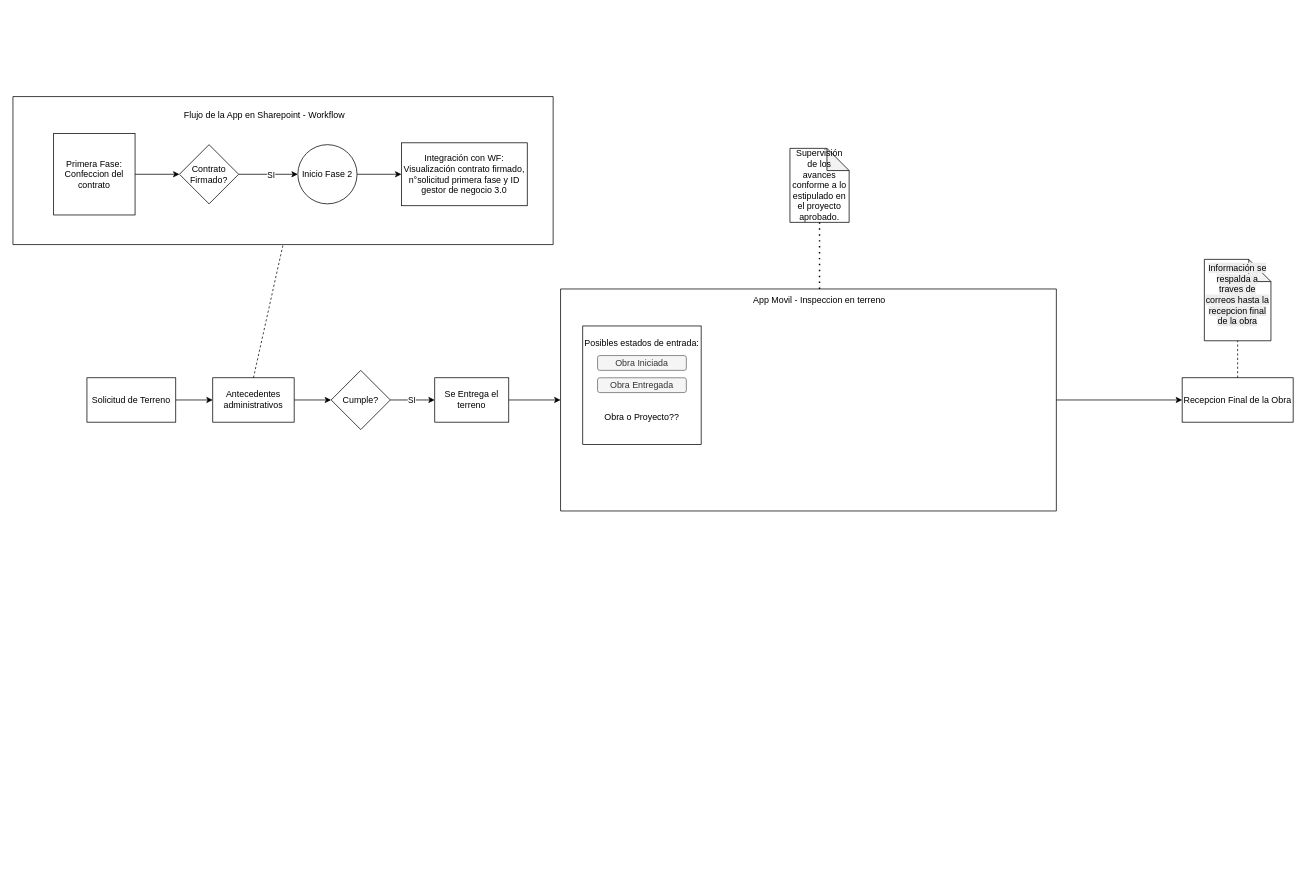
The draw.io diagram DiagramaApp.drawio in royarzunsaire/mi-pwa-frontend, before the edit. Source tidied: cells renumbered, new cells numbered last; positions are measured from the earlier drawing's top-left corner, leaving out a move shared by most shapes. Both pictures are drawn from the tidied source at 74%, with x=0, y=0 at pixel (13, 96).
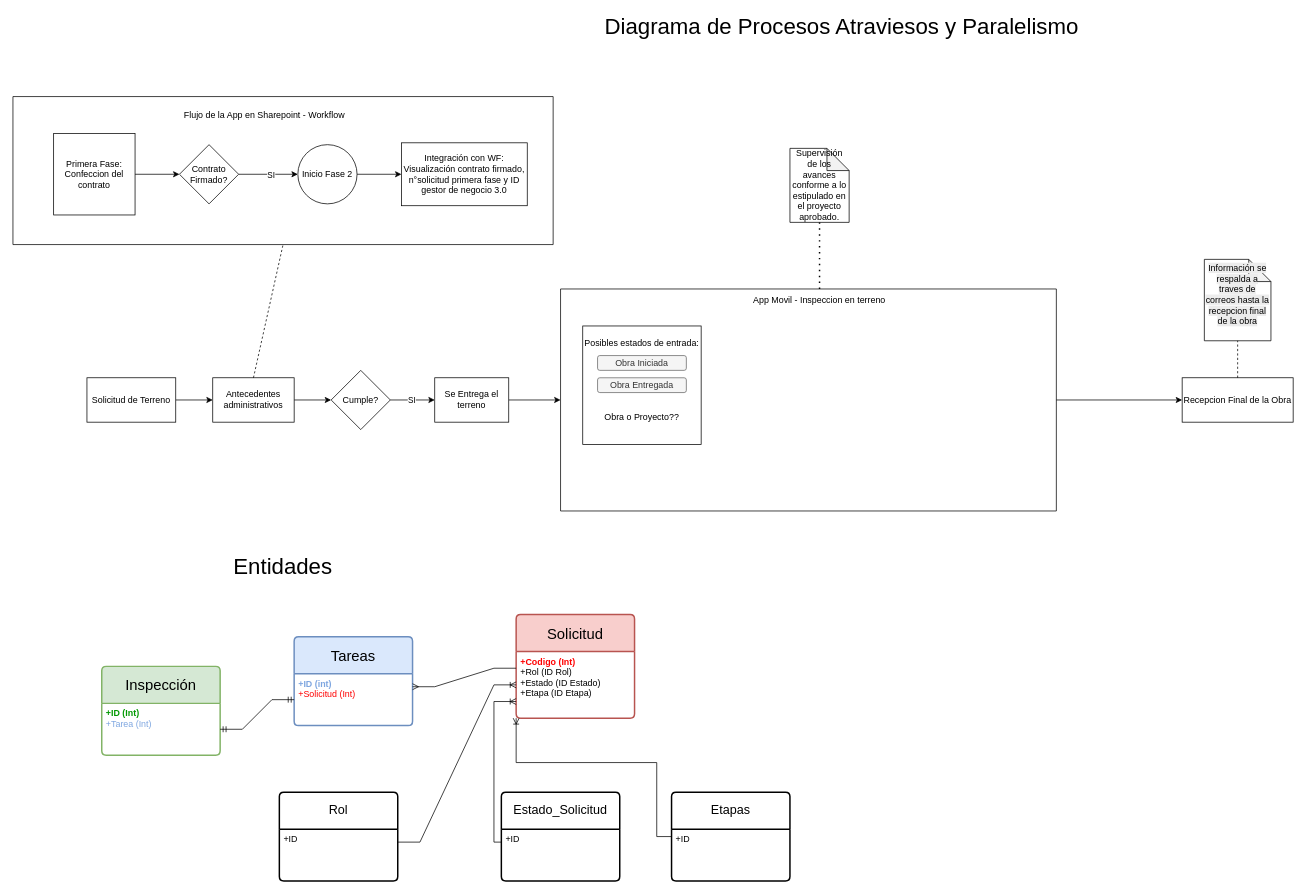
The same diagram, later.

Diff of the diagram source:
```diff
@@
+    <mxCell id="33" value="&lt;font style=&quot;font-size: 30px;&quot;&gt;Diagrama de Procesos Atraviesos y Paralelismo&lt;/font&gt;" style="text;html=1;whiteSpace=wrap;strokeColor=none;fillColor=none;align=center;verticalAlign=middle;rounded=0;" parent="1" vertex="1">
+      <mxGeometry x="760" y="-110" width="720" height="30" as="geometry" />
+    </mxCell>
+    <mxCell id="34" value="&lt;font style=&quot;font-size: 30px;&quot;&gt;Entidades&lt;/font&gt;" style="text;html=1;whiteSpace=wrap;strokeColor=none;fillColor=none;align=center;verticalAlign=middle;rounded=0;" parent="1" vertex="1">
+      <mxGeometry x="335" y="620" width="60" height="30" as="geometry" />
+    </mxCell>
+    <mxCell id="35" value="&lt;font style=&quot;font-size: 17px;&quot;&gt;Rol&lt;/font&gt;" style="swimlane;horizontal=1;startSize=50;rounded=1;fontSize=14;fontStyle=0;strokeWidth=2;shadow=0;dashed=0;align=center;arcSize=4;whiteSpace=wrap;html=1;" parent="1" vertex="1">
+      <mxGeometry x="360" y="940" width="160" height="120" as="geometry" />
+    </mxCell>
+    <mxCell id="36" value="+ID&lt;div&gt;&lt;div&gt;&lt;br&gt;&lt;/div&gt;&lt;/div&gt;" style="align=left;strokeColor=none;fillColor=none;spacingLeft=4;spacingRight=4;fontSize=12;verticalAlign=top;html=1;whiteSpace=wrap;" parent="35" vertex="1">
+      <mxGeometry y="50" width="160" height="70" as="geometry" />
+    </mxCell>
+    <mxCell id="37" value="&lt;font style=&quot;font-size: 20px;&quot;&gt;Solicitud&lt;/font&gt;" style="swimlane;horizontal=1;startSize=50;rounded=1;fontSize=14;fontStyle=0;strokeWidth=2;shadow=0;dashed=0;align=center;arcSize=4;whiteSpace=wrap;html=1;fillColor=#f8cecc;strokeColor=#b85450;" parent="1" vertex="1">
+      <mxGeometry x="680" y="700" width="160" height="140" as="geometry" />
+    </mxCell>
+    <mxCell id="38" value="&lt;font style=&quot;color: rgb(255, 0, 0);&quot;&gt;&lt;b&gt;+Codigo (Int)&lt;/b&gt;&lt;/font&gt;&lt;div&gt;&lt;font style=&quot;color: rgb(0, 0, 0);&quot;&gt;+Rol (ID Rol)&lt;/font&gt;&lt;/div&gt;&lt;div&gt;&lt;font style=&quot;color: rgb(0, 0, 0);&quot;&gt;+Estado (ID Estado)&lt;/font&gt;&lt;/div&gt;&lt;div&gt;&lt;font style=&quot;color: rgb(0, 0, 0);&quot;&gt;+Etapa (ID Etapa)&lt;/font&gt;&lt;/div&gt;" style="align=left;strokeColor=none;fillColor=none;spacingLeft=4;spacingRight=4;fontSize=12;verticalAlign=top;html=1;whiteSpace=wrap;" parent="37" vertex="1">
+      <mxGeometry y="50" width="160" height="90" as="geometry" />
+    </mxCell>
+    <mxCell id="39" value="&lt;font style=&quot;font-size: 20px;&quot;&gt;Tareas&lt;/font&gt;" style="swimlane;horizontal=1;startSize=50;rounded=1;fontSize=14;fontStyle=0;strokeWidth=2;shadow=0;dashed=0;align=center;arcSize=4;whiteSpace=wrap;html=1;fillColor=#dae8fc;strokeColor=#6c8ebf;" parent="1" vertex="1">
+      <mxGeometry x="380" y="730" width="160" height="120" as="geometry" />
+    </mxCell>
+    <mxCell id="40" value="&lt;div&gt;&lt;font style=&quot;color: rgb(255, 0, 0);&quot;&gt;&lt;b style=&quot;color: rgb(126, 166, 224);&quot;&gt;+ID (int)&lt;/b&gt;&lt;/font&gt;&lt;/div&gt;&lt;font style=&quot;color: rgb(255, 0, 0);&quot;&gt;+Solicitud (Int)&lt;/font&gt;&lt;div&gt;&lt;br&gt;&lt;/div&gt;" style="align=left;strokeColor=none;fillColor=none;spacingLeft=4;spacingRight=4;fontSize=12;verticalAlign=top;html=1;whiteSpace=wrap;" parent="39" vertex="1">
+      <mxGeometry y="50" width="160" height="70" as="geometry" />
+    </mxCell>
+    <mxCell id="41" style="edgeStyle=entityRelationEdgeStyle;fontSize=12;html=1;endArrow=ERmany;rounded=0;entryX=1;entryY=0.25;entryDx=0;entryDy=0;exitX=0;exitY=0.25;exitDx=0;exitDy=0;" parent="1" edge="1" source="38" target="40">
+      <mxGeometry relative="1" as="geometry" />
+    </mxCell>
+    <mxCell id="42" style="edgeStyle=entityRelationEdgeStyle;fontSize=12;html=1;endArrow=ERoneToMany;rounded=0;exitX=1;exitY=0.25;exitDx=0;exitDy=0;entryX=0;entryY=0.5;entryDx=0;entryDy=0;" parent="1" edge="1" source="36" target="38">
+      <mxGeometry relative="1" as="geometry" />
+    </mxCell>
+    <mxCell id="43" value="&lt;font style=&quot;font-size: 17px;&quot;&gt;Estado_Solicitud&lt;/font&gt;" style="swimlane;horizontal=1;startSize=50;rounded=1;fontSize=14;fontStyle=0;strokeWidth=2;shadow=0;dashed=0;align=center;arcSize=4;whiteSpace=wrap;html=1;" parent="1" vertex="1">
+      <mxGeometry x="660" y="940" width="160" height="120" as="geometry" />
+    </mxCell>
+    <mxCell id="44" value="+ID&lt;div&gt;&lt;div&gt;&lt;br&gt;&lt;/div&gt;&lt;/div&gt;" style="align=left;strokeColor=none;fillColor=none;spacingLeft=4;spacingRight=4;fontSize=12;verticalAlign=top;html=1;whiteSpace=wrap;" parent="43" vertex="1">
+      <mxGeometry y="50" width="160" height="70" as="geometry" />
+    </mxCell>
+    <mxCell id="45" value="&lt;font style=&quot;font-size: 17px;&quot;&gt;Etapas&lt;/font&gt;" style="swimlane;horizontal=1;startSize=50;rounded=1;fontSize=14;fontStyle=0;strokeWidth=2;shadow=0;dashed=0;align=center;arcSize=4;whiteSpace=wrap;html=1;" parent="1" vertex="1">
+      <mxGeometry x="890" y="940" width="160" height="120" as="geometry" />
+    </mxCell>
+    <mxCell id="46" value="+ID&lt;div&gt;&lt;div&gt;&lt;br&gt;&lt;/div&gt;&lt;/div&gt;" style="align=left;strokeColor=none;fillColor=none;spacingLeft=4;spacingRight=4;fontSize=12;verticalAlign=top;html=1;whiteSpace=wrap;" parent="45" vertex="1">
+      <mxGeometry y="50" width="160" height="70" as="geometry" />
+    </mxCell>
+    <mxCell id="47" style="fontSize=12;html=1;endArrow=ERoneToMany;rounded=0;entryX=0;entryY=0.75;entryDx=0;entryDy=0;exitX=0;exitY=0.25;exitDx=0;exitDy=0;elbow=vertical;edgeStyle=orthogonalEdgeStyle;" parent="1" edge="1" source="44" target="38">
+      <mxGeometry relative="1" as="geometry" />
+    </mxCell>
+    <mxCell id="48" style="edgeStyle=orthogonalEdgeStyle;fontSize=12;html=1;endArrow=ERoneToMany;rounded=0;entryX=0;entryY=1;entryDx=0;entryDy=0;exitX=0;exitY=0.5;exitDx=0;exitDy=0;" parent="1" edge="1" source="45" target="38">
+      <mxGeometry relative="1" as="geometry">
+        <Array as="points">
+          <mxPoint x="870" y="1000" />
+          <mxPoint x="870" y="900" />
+          <mxPoint x="680" y="900" />
+        </Array>
+      </mxGeometry>
+    </mxCell>
+    <mxCell id="49" value="&lt;font style=&quot;font-size: 20px;&quot;&gt;Inspección&lt;/font&gt;" style="swimlane;horizontal=1;startSize=50;rounded=1;fontSize=14;fontStyle=0;strokeWidth=2;shadow=0;dashed=0;align=center;arcSize=4;whiteSpace=wrap;html=1;fillColor=#d5e8d4;strokeColor=#82b366;" parent="1" vertex="1">
+      <mxGeometry x="120" y="770" width="160" height="120" as="geometry" />
+    </mxCell>
+    <mxCell id="50" value="&lt;font style=&quot;color: rgb(0, 153, 0);&quot;&gt;&lt;b&gt;+ID (Int)&lt;/b&gt;&lt;/font&gt;&lt;div&gt;&lt;font style=&quot;color: rgb(126, 166, 224);&quot;&gt;+Tarea (Int)&lt;/font&gt;&lt;/div&gt;" style="align=left;strokeColor=none;fillColor=none;spacingLeft=4;spacingRight=4;fontSize=12;verticalAlign=top;html=1;whiteSpace=wrap;" parent="49" vertex="1">
+      <mxGeometry y="50" width="160" height="70" as="geometry" />
+    </mxCell>
+    <mxCell id="51" style="edgeStyle=entityRelationEdgeStyle;fontSize=12;html=1;endArrow=ERmandOne;startArrow=ERmandOne;rounded=0;exitX=1;exitY=0.5;exitDx=0;exitDy=0;" parent="1" edge="1" source="50" target="40">
+      <mxGeometry relative="1" as="geometry" />
+    </mxCell>
```
